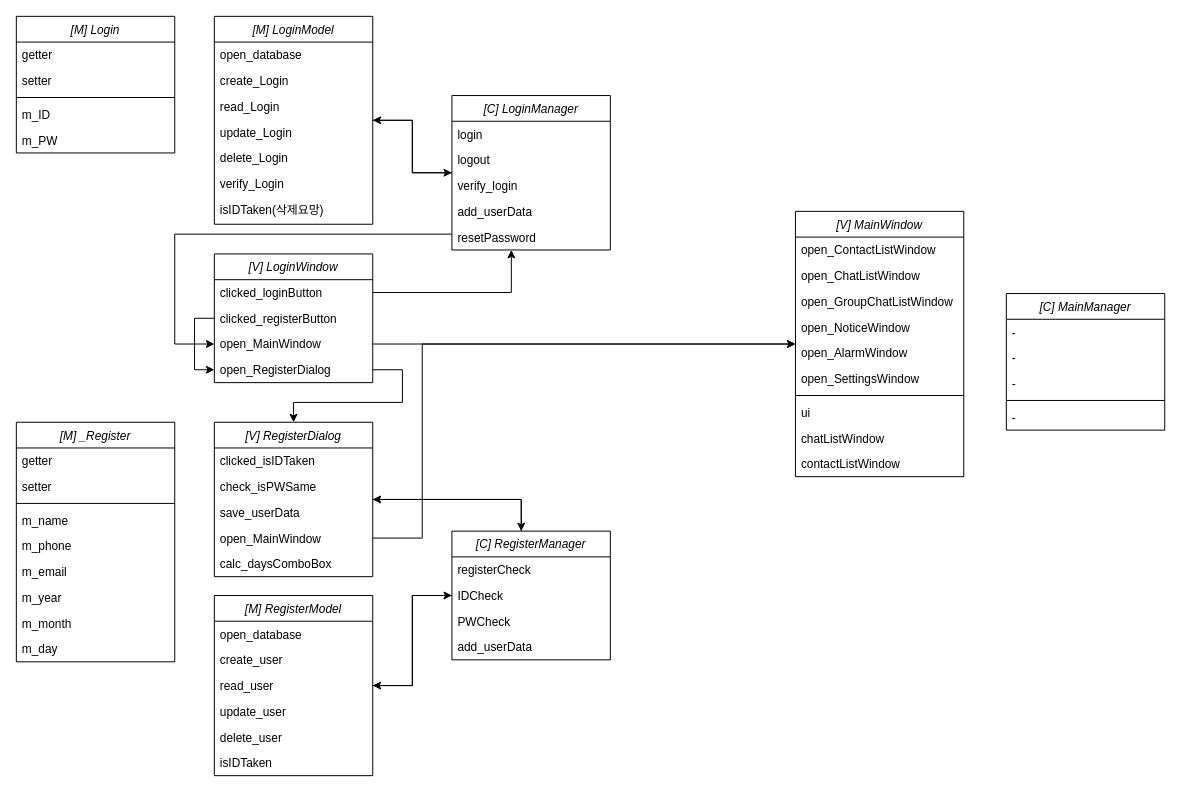
The draw.io diagram docs/windowDiagram.drawio in kiyuniii/Messenger, before the edit. Source tidied: cells renumbered, new cells numbered last; positions are measured from the earlier drawing's top-left corner, leaving out a move shared by most shapes. Both pictures are drawn from the tidied source at 99%, with x=0, y=0 at pixel (16, 16).
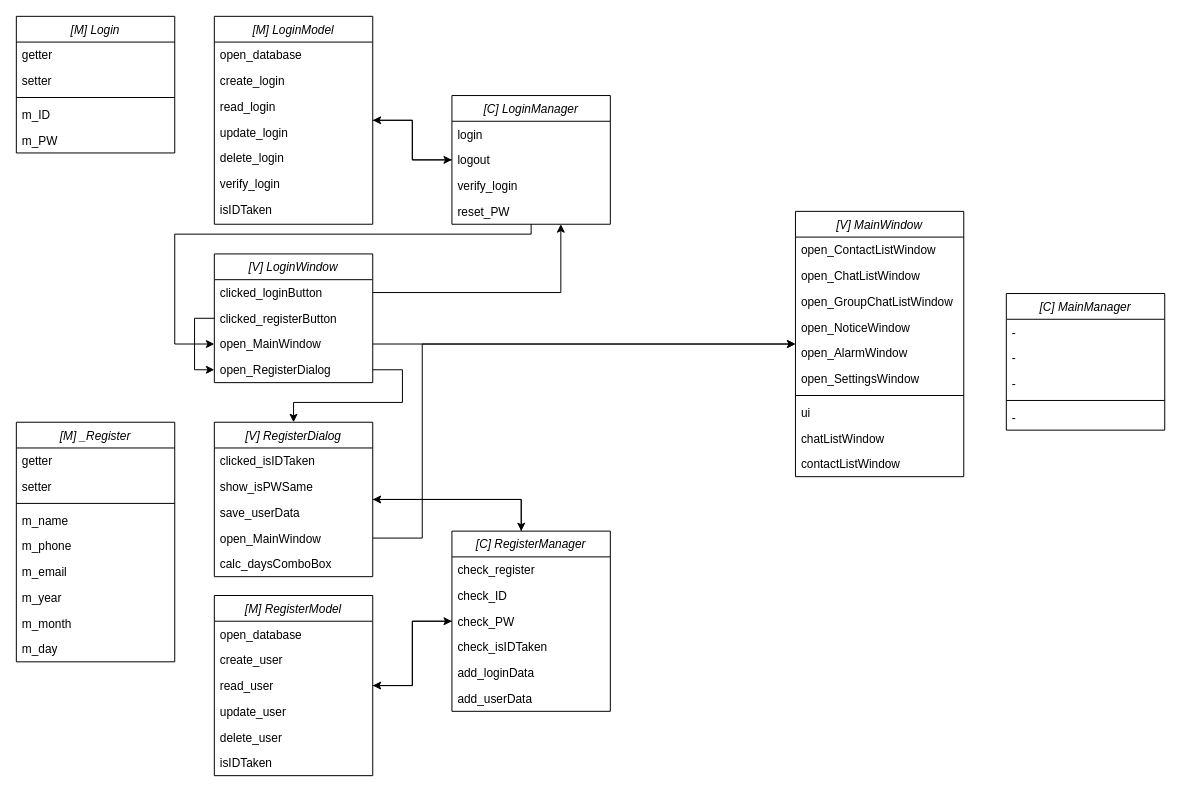
After the change.

Unchanged cells that the change refers to:
```xml
<mxCell id="10" value="clicked_loginButton" style="text;align=left;verticalAlign=top;spacingLeft=4;spacingRight=4;overflow=hidden;points=[[0,0.5],[1,0.5]];portConstraint=eastwest;rounded=0;shadow=0;html=0;" parent="9" vertex="1">
  <mxGeometry y="26" width="160" height="26" as="geometry" />
</mxCell>
<mxCell id="24" value="[M] LoginModel" style="swimlane;fontStyle=2;align=center;verticalAlign=top;horizontal=1;startSize=26;rounded=0;shadow=0;strokeWidth=1;" parent="1" vertex="1">
  <mxGeometry x="200" width="160" height="210" as="geometry" />
</mxCell>
<mxCell id="57" value="[V] RegisterDialog" style="swimlane;fontStyle=2;align=center;verticalAlign=top;horizontal=1;startSize=26;rounded=0;shadow=0;strokeWidth=1;" parent="1" vertex="1">
  <mxGeometry x="200" y="410" width="160" height="156" as="geometry" />
</mxCell>
```

The edit, as a diff of the source:
```diff
@@
     <mxCell id="4" value="[C] RegisterManager" style="swimlane;fontStyle=2;align=center;verticalAlign=top;horizontal=1;startSize=26;rounded=0;shadow=0;strokeWidth=1;" parent="1" vertex="1">
-      <mxGeometry x="440" y="520" width="160" height="130" as="geometry" />
+      <mxGeometry x="440" y="520" width="160" height="182" as="geometry" />
     </mxCell>
-    <mxCell id="5" value="registerCheck" style="text;align=left;verticalAlign=top;spacingLeft=4;spacingRight=4;overflow=hidden;" parent="4" vertex="1">
+    <mxCell id="5" value="check_register" style="text;align=left;verticalAlign=top;spacingLeft=4;spacingRight=4;overflow=hidden;" parent="4" vertex="1">
       <mxGeometry y="26" width="160" height="26" as="geometry" />
     </mxCell>
-    <mxCell id="6" value="IDCheck" style="text;align=left;verticalAlign=top;spacingLeft=4;spacingRight=4;overflow=hidden;rounded=0;shadow=0;html=0;" parent="4" vertex="1">
+    <mxCell id="6" value="check_ID" style="text;align=left;verticalAlign=top;spacingLeft=4;spacingRight=4;overflow=hidden;rounded=0;shadow=0;html=0;" parent="4" vertex="1">
       <mxGeometry y="52" width="160" height="26" as="geometry" />
     </mxCell>
-    <mxCell id="7" value="PWCheck" style="text;align=left;verticalAlign=top;spacingLeft=4;spacingRight=4;overflow=hidden;rounded=0;shadow=0;html=0;" parent="4" vertex="1">
-      <mxGeometry y="78" width="160" height="26" as="geometry" />
-    </mxCell>
+    <mxCell id="84" value="check_PW" style="text;align=left;verticalAlign=top;spacingLeft=4;spacingRight=4;overflow=hidden;rounded=0;shadow=0;html=0;" parent="4" vertex="1">
+      <mxGeometry y="78" width="160" height="26" as="geometry" />
+    </mxCell>
+    <mxCell id="85" value="check_isIDTaken" style="text;align=left;verticalAlign=top;spacingLeft=4;spacingRight=4;overflow=hidden;rounded=0;shadow=0;html=0;" parent="4" vertex="1">
+      <mxGeometry y="104" width="160" height="26" as="geometry" />
+    </mxCell>
+    <mxCell id="86" value="add_loginData" style="text;align=left;verticalAlign=top;spacingLeft=4;spacingRight=4;overflow=hidden;" parent="4" vertex="1">
+      <mxGeometry y="130" width="160" height="26" as="geometry" />
+    </mxCell>
     <mxCell id="8" value="add_userData" style="text;align=left;verticalAlign=top;spacingLeft=4;spacingRight=4;overflow=hidden;" parent="4" vertex="1">
-      <mxGeometry y="104" width="160" height="26" as="geometry" />
+      <mxGeometry y="156" width="160" height="26" as="geometry" />
     </mxCell>
@@
     <mxCell id="17" value="[C] LoginManager" style="swimlane;fontStyle=2;align=center;verticalAlign=top;horizontal=1;startSize=26;rounded=0;shadow=0;strokeWidth=1;" parent="1" vertex="1">
-      <mxGeometry x="440" y="80" width="160" height="156" as="geometry" />
+      <mxGeometry x="440" y="80" width="160" height="130" as="geometry" />
     </mxCell>
@@
-    <mxCell id="21" value="add_userData" style="text;align=left;verticalAlign=top;spacingLeft=4;spacingRight=4;overflow=hidden;rounded=0;shadow=0;html=0;" parent="17" vertex="1">
-      <mxGeometry y="104" width="160" height="26" as="geometry" />
-    </mxCell>
-    <mxCell id="22" value="resetPassword" style="text;align=left;verticalAlign=top;spacingLeft=4;spacingRight=4;overflow=hidden;rounded=0;shadow=0;html=0;" parent="17" vertex="1">
-      <mxGeometry y="130" width="160" height="26" as="geometry" />
+    <mxCell id="22" value="reset_PW" style="text;align=left;verticalAlign=top;spacingLeft=4;spacingRight=4;overflow=hidden;rounded=0;shadow=0;html=0;" parent="17" vertex="1">
+      <mxGeometry y="104" width="160" height="26" as="geometry" />
     </mxCell>
@@
-    <mxCell id="26" value="create_Login" style="text;align=left;verticalAlign=top;spacingLeft=4;spacingRight=4;overflow=hidden;rounded=0;shadow=0;html=0;" parent="24" vertex="1">
+    <mxCell id="26" value="create_login" style="text;align=left;verticalAlign=top;spacingLeft=4;spacingRight=4;overflow=hidden;rounded=0;shadow=0;html=0;" parent="24" vertex="1">
       <mxGeometry y="52" width="160" height="26" as="geometry" />
     </mxCell>
-    <mxCell id="27" value="read_Login" style="text;align=left;verticalAlign=top;spacingLeft=4;spacingRight=4;overflow=hidden;rounded=0;shadow=0;html=0;" parent="24" vertex="1">
+    <mxCell id="27" value="read_login" style="text;align=left;verticalAlign=top;spacingLeft=4;spacingRight=4;overflow=hidden;rounded=0;shadow=0;html=0;" parent="24" vertex="1">
       <mxGeometry y="78" width="160" height="26" as="geometry" />
     </mxCell>
-    <mxCell id="28" value="update_Login" style="text;align=left;verticalAlign=top;spacingLeft=4;spacingRight=4;overflow=hidden;rounded=0;shadow=0;html=0;" parent="24" vertex="1">
+    <mxCell id="28" value="update_login" style="text;align=left;verticalAlign=top;spacingLeft=4;spacingRight=4;overflow=hidden;rounded=0;shadow=0;html=0;" parent="24" vertex="1">
       <mxGeometry y="104" width="160" height="26" as="geometry" />
     </mxCell>
-    <mxCell id="29" value="delete_Login" style="text;align=left;verticalAlign=top;spacingLeft=4;spacingRight=4;overflow=hidden;rounded=0;shadow=0;html=0;" parent="24" vertex="1">
+    <mxCell id="29" value="delete_login" style="text;align=left;verticalAlign=top;spacingLeft=4;spacingRight=4;overflow=hidden;rounded=0;shadow=0;html=0;" parent="24" vertex="1">
       <mxGeometry y="130" width="160" height="26" as="geometry" />
     </mxCell>
-    <mxCell id="30" value="verify_Login" style="text;align=left;verticalAlign=top;spacingLeft=4;spacingRight=4;overflow=hidden;rounded=0;shadow=0;html=0;" parent="24" vertex="1">
+    <mxCell id="30" value="verify_login" style="text;align=left;verticalAlign=top;spacingLeft=4;spacingRight=4;overflow=hidden;rounded=0;shadow=0;html=0;" parent="24" vertex="1">
       <mxGeometry y="156" width="160" height="26" as="geometry" />
     </mxCell>
-    <mxCell id="31" value="isIDTaken(삭제요망)" style="text;align=left;verticalAlign=top;spacingLeft=4;spacingRight=4;overflow=hidden;rounded=0;shadow=0;html=0;" parent="24" vertex="1">
+    <mxCell id="31" value="isIDTaken" style="text;align=left;verticalAlign=top;spacingLeft=4;spacingRight=4;overflow=hidden;rounded=0;shadow=0;html=0;" parent="24" vertex="1">
       <mxGeometry y="182" width="160" height="26" as="geometry" />
     </mxCell>
@@
-    <mxCell id="59" value="check_isPWSame" style="text;align=left;verticalAlign=top;spacingLeft=4;spacingRight=4;overflow=hidden;rounded=0;shadow=0;html=0;" parent="57" vertex="1">
+    <mxCell id="59" value="show_isPWSame" style="text;align=left;verticalAlign=top;spacingLeft=4;spacingRight=4;overflow=hidden;rounded=0;shadow=0;html=0;" parent="57" vertex="1">
       <mxGeometry y="52" width="160" height="26" as="geometry" />
     </mxCell>
@@
     <mxCell id="80" style="edgeStyle=orthogonalEdgeStyle;rounded=0;jettySize=auto;html=1;" parent="1" edge="1" source="10" target="17">
       <mxGeometry relative="1" as="geometry">
         <Array as="points">
-          <mxPoint x="500" y="279" />
+          <mxPoint x="550" y="279" />
         </Array>
       </mxGeometry>
     </mxCell>
```
